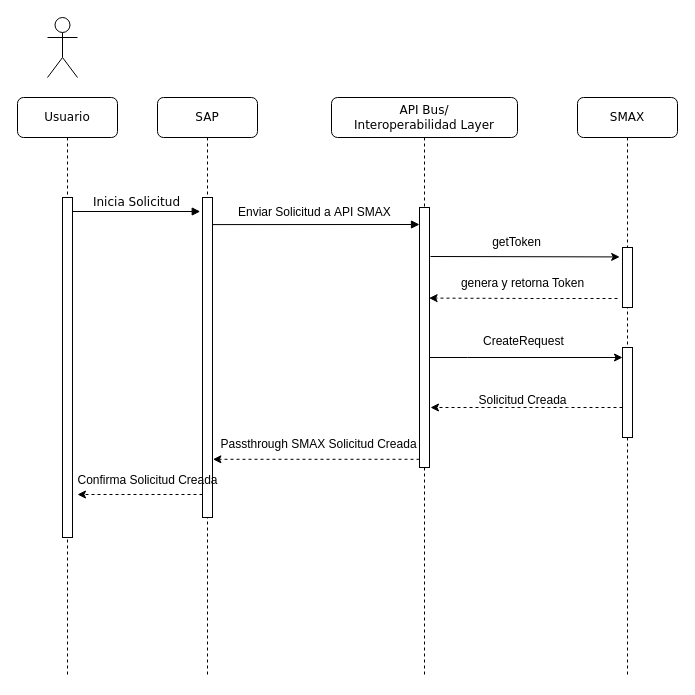
Earlier version of the draw.io diagram page "SAP-> SMAX" (1 of 3) of smax-sap.drawio (carlosvalderrama1204/diagrams). Source tidied: cells renumbered, new cells numbered last; positions are measured from the earlier drawing's top-left corner, leaving out a move shared by most shapes. Both pictures are drawn from the tidied source at 100%, with x=0, y=0 at pixel (17, 17).
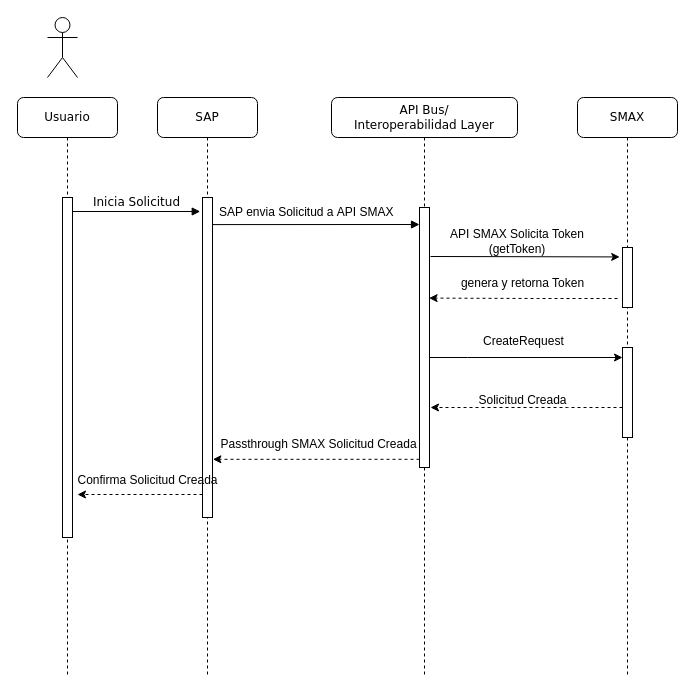
The same diagram, later.

Unchanged cells that the change refers to:
```xml
<mxCell id="5" value="API Bus/&lt;div&gt;Interoperabilidad Layer&lt;/div&gt;" style="shape=umlLifeline;perimeter=lifelinePerimeter;whiteSpace=wrap;html=1;rounded=1;shadow=0;comic=0;labelBackgroundColor=none;strokeWidth=1;fontFamily=Verdana;fontSize=12;align=center;" parent="1" vertex="1">
  <mxGeometry x="314" y="80" width="186" height="580" as="geometry" />
</mxCell>
```

Change to the diagram source:
```diff
@@
-    <mxCell id="7" value="getToken" style="text;html=1;align=center;verticalAlign=middle;strokeColor=none;fillColor=none;" parent="5" vertex="1">
-      <mxGeometry x="150" y="130" width="70" height="30" as="geometry" />
-    </mxCell>
@@
-    <mxCell id="22" value="Enviar Solicitud a API SMAX" style="text;whiteSpace=wrap;" parent="1" vertex="1">
-      <mxGeometry x="219" y="181" width="190" height="40" as="geometry" />
+    <mxCell id="22" value="SAP envia Solicitud a API SMAX" style="text;whiteSpace=wrap;" parent="1" vertex="1">
+      <mxGeometry x="200" y="181" width="190" height="40" as="geometry" />
     </mxCell>
@@
+    <mxCell id="27" value="API SMAX Solicita Token (getToken)" style="text;html=1;align=center;verticalAlign=middle;whiteSpace=wrap;rounded=0;" parent="1" vertex="1">
+      <mxGeometry x="430" y="209" width="140" height="30" as="geometry" />
+    </mxCell>
```
